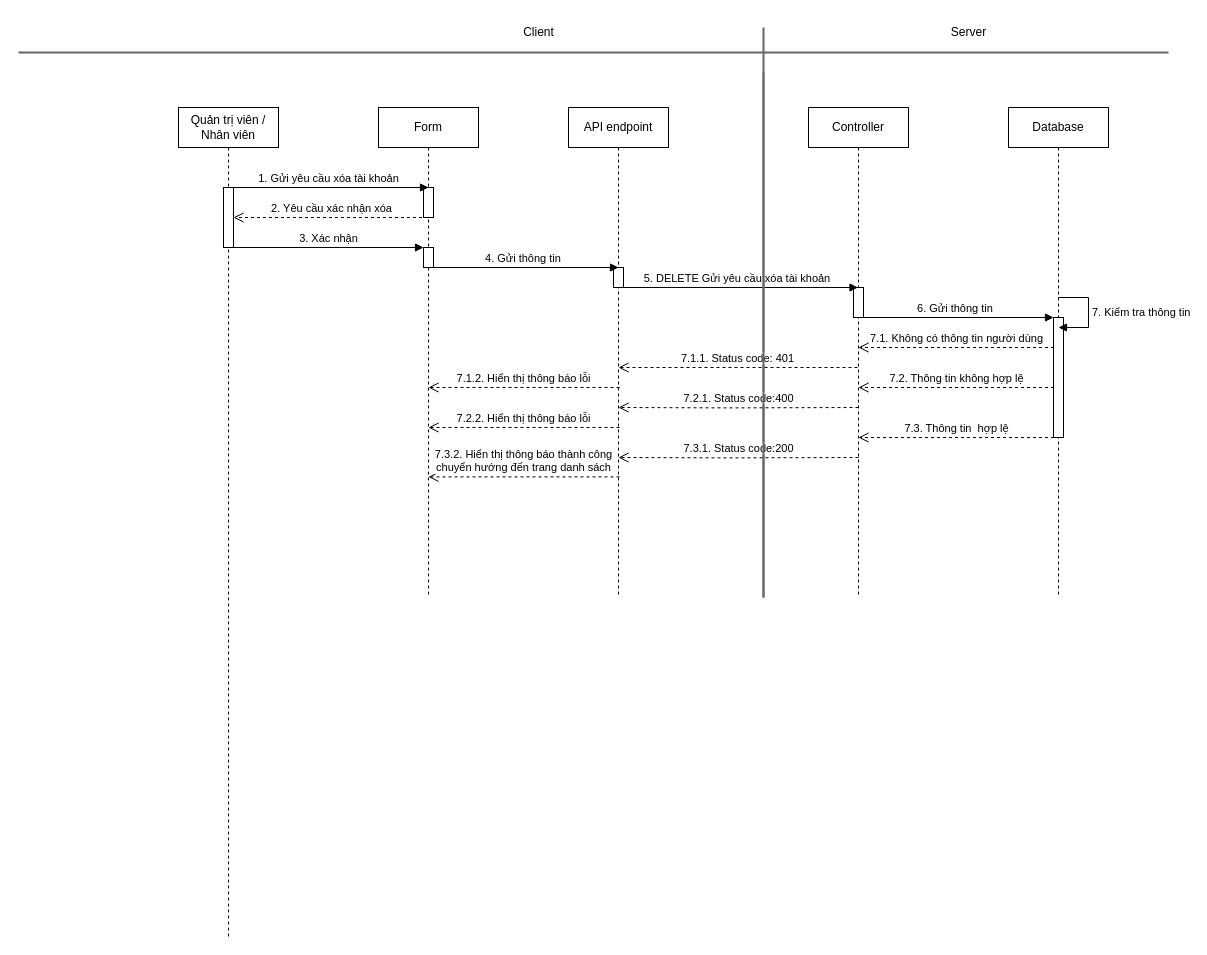
This is page "Page-4" (4 of 4) of SD/SD_QUANLYTAIKHOAN.drawio from hieuNV0871/da, a draw.io file, before an edit. Source tidied: cells renumbered, new cells numbered last; positions are measured from the earlier drawing's top-left corner, leaving out a move shared by most shapes. Both pictures are drawn from the tidied source at 100%, with x=0, y=0 at pixel (18, 17).
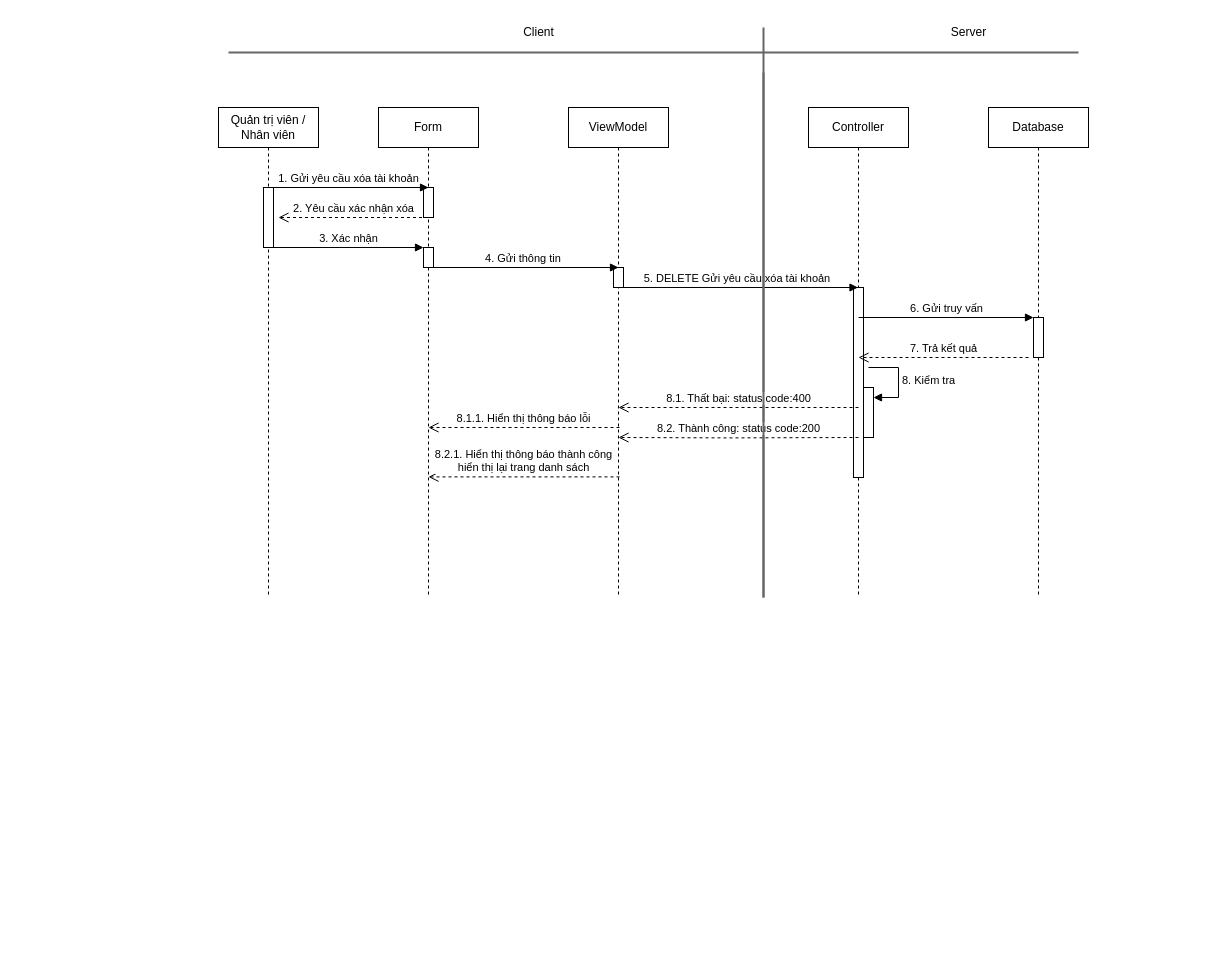
After the change.

Unchanged cells that the change refers to:
```xml
<mxCell id="7" value="Controller" style="shape=umlLifeline;perimeter=lifelinePerimeter;whiteSpace=wrap;html=1;outlineConnect=0;portConstraint=eastwest;newEdgeStyle={&quot;curved&quot;:0,&quot;rounded&quot;:0};" parent="1" vertex="1">
  <mxGeometry x="790" y="90" width="100" height="490" as="geometry" />
</mxCell>
```

The edit, as a diff of the source:
```diff
@@
     <mxCell id="2" value="Quản trị viên / Nhân viên" style="shape=umlLifeline;perimeter=lifelinePerimeter;whiteSpace=wrap;html=1;newEdgeStyle={&quot;curved&quot;:0,&quot;rounded&quot;:0};" parent="1" vertex="1">
-      <mxGeometry x="160" y="90" width="100" height="830" as="geometry" />
+      <mxGeometry x="200" y="90" width="100" height="490" as="geometry" />
     </mxCell>
@@
-    <mxCell id="8" style="html=1;perimeter=orthogonalPerimeter;targetShapes=umlLifeline;newEdgeStyle={&quot;curved&quot;:0,&quot;rounded&quot;:0};" parent="7" vertex="1">
-      <mxGeometry x="45" y="180" width="10" height="30" as="geometry" />
-    </mxCell>
+    <mxCell id="34" style="html=1;perimeter=orthogonalPerimeter;targetShapes=umlLifeline;newEdgeStyle={&quot;curved&quot;:0,&quot;rounded&quot;:0};" parent="7" vertex="1">
+      <mxGeometry x="45" y="180" width="10" height="190" as="geometry" />
+    </mxCell>
+    <mxCell id="35" style="html=1;points=[[0,0,0,0,5],[0,1,0,0,-5],[1,0,0,0,5],[1,1,0,0,-5]];perimeter=orthogonalPerimeter;outlineConnect=0;targetShapes=umlLifeline;portConstraint=eastwest;newEdgeStyle={&quot;curved&quot;:0,&quot;rounded&quot;:0};" parent="7" vertex="1">
+      <mxGeometry x="55" y="280" width="10" height="50" as="geometry" />
+    </mxCell>
+    <mxCell id="36" value="8. Kiểm tra&amp;nbsp;" style="html=1;align=left;spacingLeft=2;endArrow=block;rounded=0;edgeStyle=orthogonalEdgeStyle;curved=0;rounded=0;" parent="7" edge="1" target="35">
+      <mxGeometry relative="1" as="geometry">
+        <mxPoint x="60" y="260" as="sourcePoint" />
+        <Array as="points">
+          <mxPoint x="90" y="290" />
+        </Array>
+      </mxGeometry>
+    </mxCell>
     <mxCell id="9" value="2. Yêu cầu xác nhận xóa" style="html=1;verticalAlign=bottom;endArrow=open;dashed=1;endSize=8;curved=0;rounded=0;" parent="1" edge="1">
       <mxGeometry relative="1" as="geometry">
         <mxPoint x="409.5" y="200" as="sourcePoint" />
-        <mxPoint x="215" y="200" as="targetPoint" />
+        <mxPoint x="260" y="200" as="targetPoint" />
         <Array as="points">
           <mxPoint x="310" y="200" />
         </Array>
       </mxGeometry>
     </mxCell>
@@
     <mxCell id="11" value="1. Gửi yêu cầu xóa tài khoản" style="html=1;verticalAlign=bottom;endArrow=block;curved=0;rounded=0;" parent="1" edge="1">
       <mxGeometry relative="1" as="geometry">
-        <mxPoint x="210" y="170" as="sourcePoint" />
+        <mxPoint x="250" y="170" as="sourcePoint" />
         <mxPoint x="410" y="170" as="targetPoint" />
       </mxGeometry>
     </mxCell>
@@
     <mxCell id="13" value="Database" style="shape=umlLifeline;perimeter=lifelinePerimeter;whiteSpace=wrap;html=1;newEdgeStyle={&quot;curved&quot;:0,&quot;rounded&quot;:0};" parent="1" vertex="1">
-      <mxGeometry x="990" y="90" width="100" height="490" as="geometry" />
+      <mxGeometry x="970" y="90" width="100" height="490" as="geometry" />
     </mxCell>
-    <mxCell id="14" style="html=1;points=[[0,0,0,0,5],[0,1,0,0,-5],[1,0,0,0,5],[1,1,0,0,-5]];perimeter=orthogonalPerimeter;outlineConnect=0;targetShapes=umlLifeline;portConstraint=eastwest;newEdgeStyle={&quot;curved&quot;:0,&quot;rounded&quot;:0};" parent="13" vertex="1">
-      <mxGeometry x="45" y="210" width="10" height="120" as="geometry" />
-    </mxCell>
-    <mxCell id="15" style="line;strokeWidth=2;html=1;fillColor=#f5f5f5;fontColor=#333333;strokeColor=#666666;" parent="1" vertex="1">
-      <mxGeometry y="30" width="1150" height="10" as="geometry" />
-    </mxCell>
+    <mxCell id="37" style="html=1;points=[[0,0,0,0,5],[0,1,0,0,-5],[1,0,0,0,5],[1,1,0,0,-5]];perimeter=orthogonalPerimeter;outlineConnect=0;targetShapes=umlLifeline;portConstraint=eastwest;newEdgeStyle={&quot;curved&quot;:0,&quot;rounded&quot;:0};" parent="13" vertex="1">
+      <mxGeometry x="45" y="210" width="10" height="40" as="geometry" />
+    </mxCell>
+    <mxCell id="38" style="line;strokeWidth=2;html=1;fillColor=#f5f5f5;fontColor=#333333;strokeColor=#666666;" parent="1" vertex="1">
+      <mxGeometry x="210" y="30" width="850" height="10" as="geometry" />
+    </mxCell>
@@
-    <mxCell id="19" value="API endpoint" style="shape=umlLifeline;perimeter=lifelinePerimeter;whiteSpace=wrap;html=1;newEdgeStyle={&quot;curved&quot;:0,&quot;rounded&quot;:0};" parent="1" vertex="1">
-      <mxGeometry x="550" y="90" width="100" height="490" as="geometry" />
-    </mxCell>
+    <mxCell id="39" value="ViewModel" style="shape=umlLifeline;perimeter=lifelinePerimeter;whiteSpace=wrap;html=1;newEdgeStyle={&quot;curved&quot;:0,&quot;rounded&quot;:0};" parent="1" vertex="1">
+      <mxGeometry x="550" y="90" width="100" height="490" as="geometry" />
+    </mxCell>
-    <mxCell id="20" style="html=1;perimeter=orthogonalPerimeter;targetShapes=umlLifeline;newEdgeStyle={&quot;curved&quot;:0,&quot;rounded&quot;:0};" parent="19" vertex="1">
+    <mxCell id="20" style="html=1;perimeter=orthogonalPerimeter;targetShapes=umlLifeline;newEdgeStyle={&quot;curved&quot;:0,&quot;rounded&quot;:0};" parent="39" vertex="1">
       <mxGeometry x="45" y="160" width="10" height="20" as="geometry" />
     </mxCell>
@@
-    <mxCell id="22" value="7. Kiểm tra thông tin" style="html=1;align=left;spacingLeft=2;endArrow=block;rounded=0;edgeStyle=orthogonalEdgeStyle;curved=0;rounded=0;" parent="1" edge="1">
-      <mxGeometry relative="1" as="geometry">
-        <mxPoint x="1040" y="280" as="sourcePoint" />
-        <mxPoint x="1040" y="310" as="targetPoint" />
-        <Array as="points">
-          <mxPoint x="1070" y="310" />
-        </Array>
-      </mxGeometry>
-    </mxCell>
-    <mxCell id="23" value="6. Gửi thông tin&amp;nbsp;" style="html=1;verticalAlign=bottom;endArrow=block;curved=0;rounded=0;" parent="1" edge="1" target="14">
-      <mxGeometry relative="1" as="geometry">
-        <mxPoint x="840" y="300" as="sourcePoint" />
-      </mxGeometry>
-    </mxCell>
-    <mxCell id="24" value="7.1. Không có thông tin người dùng" style="html=1;verticalAlign=bottom;endArrow=open;dashed=1;endSize=8;curved=0;rounded=0;" parent="1" edge="1">
-      <mxGeometry relative="1" as="geometry">
-        <mxPoint x="1035.5" y="330" as="sourcePoint" />
-        <mxPoint x="840" y="330" as="targetPoint" />
-        <Array as="points">
-          <mxPoint x="875.5" y="330" />
-        </Array>
-      </mxGeometry>
-    </mxCell>
-    <mxCell id="25" value="7.2. Thông tin không hợp lệ" style="html=1;verticalAlign=bottom;endArrow=open;dashed=1;endSize=8;curved=0;rounded=0;" parent="1" edge="1">
-      <mxGeometry relative="1" as="geometry">
-        <mxPoint x="1035.5" y="370" as="sourcePoint" />
-        <mxPoint x="840" y="370" as="targetPoint" />
-      </mxGeometry>
-    </mxCell>
-    <mxCell id="26" value="7.1.1. Status code: 401" style="html=1;verticalAlign=bottom;endArrow=open;dashed=1;endSize=8;curved=0;rounded=0;" parent="1" edge="1">
-      <mxGeometry relative="1" as="geometry">
-        <mxPoint x="839" y="350" as="sourcePoint" />
-        <mxPoint x="600" y="350" as="targetPoint" />
-        <Array as="points">
-          <mxPoint x="700.5" y="350" />
-        </Array>
-      </mxGeometry>
-    </mxCell>
-    <mxCell id="27" value="7.2.1. Status code:400" style="html=1;verticalAlign=bottom;endArrow=open;dashed=1;endSize=8;curved=0;rounded=0;" parent="1" edge="1">
-      <mxGeometry relative="1" as="geometry">
-        <mxPoint x="840" y="390" as="sourcePoint" />
-        <mxPoint x="600" y="390" as="targetPoint" />
-        <Array as="points">
-          <mxPoint x="710.5" y="390.4" />
-        </Array>
-      </mxGeometry>
-    </mxCell>
-    <mxCell id="28" value="7.1.2. Hiển thị thông báo lỗi" style="html=1;verticalAlign=bottom;endArrow=open;dashed=1;endSize=8;curved=0;rounded=0;" parent="1" edge="1">
-      <mxGeometry relative="1" as="geometry">
-        <mxPoint x="601" y="370" as="sourcePoint" />
-        <mxPoint x="410" y="370" as="targetPoint" />
-      </mxGeometry>
-    </mxCell>
-    <mxCell id="29" value="7.3. Thông tin&amp;nbsp; hợp lệ" style="html=1;verticalAlign=bottom;endArrow=open;dashed=1;endSize=8;curved=0;rounded=0;" parent="1" edge="1">
-      <mxGeometry relative="1" as="geometry">
-        <mxPoint x="1035.5" y="420" as="sourcePoint" />
-        <mxPoint x="840" y="420" as="targetPoint" />
-      </mxGeometry>
-    </mxCell>
-    <mxCell id="30" value="7.3.1. Status code:200" style="html=1;verticalAlign=bottom;endArrow=open;dashed=1;endSize=8;curved=0;rounded=0;" parent="1" edge="1">
-      <mxGeometry relative="1" as="geometry">
-        <mxPoint x="840" y="440" as="sourcePoint" />
-        <mxPoint x="600" y="440" as="targetPoint" />
-        <Array as="points">
-          <mxPoint x="710.5" y="440.4" />
-        </Array>
-      </mxGeometry>
-    </mxCell>
+    <mxCell id="40" value="6. Gửi truy vấn" style="html=1;verticalAlign=bottom;endArrow=block;curved=0;rounded=0;" parent="1" edge="1" target="37">
+      <mxGeometry relative="1" as="geometry">
+        <mxPoint x="840" y="300" as="sourcePoint" />
+      </mxGeometry>
+    </mxCell>
+    <mxCell id="41" value="7. Trả kết quả" style="html=1;verticalAlign=bottom;endArrow=open;dashed=1;endSize=8;curved=0;rounded=0;" parent="1" edge="1">
+      <mxGeometry relative="1" as="geometry">
+        <mxPoint x="1010" y="340" as="sourcePoint" />
+        <mxPoint x="840" y="340" as="targetPoint" />
+        <Array as="points">
+          <mxPoint x="875.5" y="340" />
+        </Array>
+      </mxGeometry>
+    </mxCell>
+    <mxCell id="42" value="8.1. Thất bại: status code:400" style="html=1;verticalAlign=bottom;endArrow=open;dashed=1;endSize=8;curved=0;rounded=0;" parent="1" edge="1">
+      <mxGeometry relative="1" as="geometry">
+        <mxPoint x="840" y="390" as="sourcePoint" />
+        <mxPoint x="600" y="390" as="targetPoint" />
+      </mxGeometry>
+    </mxCell>
+    <mxCell id="43" value="8.2. Thành công: status code:200" style="html=1;verticalAlign=bottom;endArrow=open;dashed=1;endSize=8;curved=0;rounded=0;" parent="1" edge="1">
+      <mxGeometry relative="1" as="geometry">
+        <mxPoint x="840" y="420" as="sourcePoint" />
+        <mxPoint x="600" y="420" as="targetPoint" />
+        <Array as="points">
+          <mxPoint x="710.5" y="420.4" />
+        </Array>
+      </mxGeometry>
+    </mxCell>
@@
-    <mxCell id="32" value="7.2.2. Hiển thị thông báo lỗi" style="html=1;verticalAlign=bottom;endArrow=open;dashed=1;endSize=8;curved=0;rounded=0;" parent="1" edge="1">
-      <mxGeometry relative="1" as="geometry">
-        <mxPoint x="601" y="410" as="sourcePoint" />
-        <mxPoint x="410" y="410" as="targetPoint" />
-      </mxGeometry>
-    </mxCell>
-    <mxCell id="33" value="7.3.2. Hiển thị thông báo thành công&lt;br&gt;chuyển hướng đến trang danh sách" style="html=1;verticalAlign=bottom;endArrow=open;dashed=1;endSize=8;curved=0;rounded=0;" parent="1" edge="1">
-      <mxGeometry relative="1" as="geometry">
-        <mxPoint x="601" y="459.4" as="sourcePoint" />
-        <mxPoint x="410" y="459.4" as="targetPoint" />
-      </mxGeometry>
-    </mxCell>
+    <mxCell id="44" value="8.1.1. Hiển thị thông báo lỗi" style="html=1;verticalAlign=bottom;endArrow=open;dashed=1;endSize=8;curved=0;rounded=0;" parent="1" edge="1">
+      <mxGeometry relative="1" as="geometry">
+        <mxPoint x="601" y="410" as="sourcePoint" />
+        <mxPoint x="410" y="410" as="targetPoint" />
+      </mxGeometry>
+    </mxCell>
+    <mxCell id="45" value="8.2.1. Hiển thị thông báo thành công&lt;br&gt;hiển thị lại trang danh sách" style="html=1;verticalAlign=bottom;endArrow=open;dashed=1;endSize=8;curved=0;rounded=0;" parent="1" edge="1">
+      <mxGeometry relative="1" as="geometry">
+        <mxPoint x="601" y="459.4" as="sourcePoint" />
+        <mxPoint x="410" y="459.4" as="targetPoint" />
+      </mxGeometry>
+    </mxCell>
```
